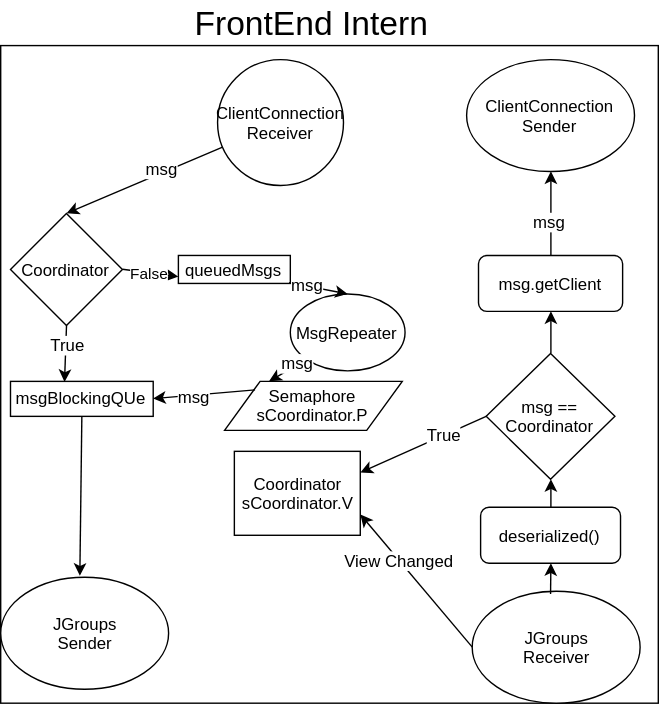
Earlier version of the draw.io export Client-FrontEnd-ReplicaManager.svg (JohanHaggmark/DistributedMessaging). Source tidied: cells renumbered, new cells last; positions are measured from the earlier drawing's top-left corner, leaving out a move shared by most shapes.
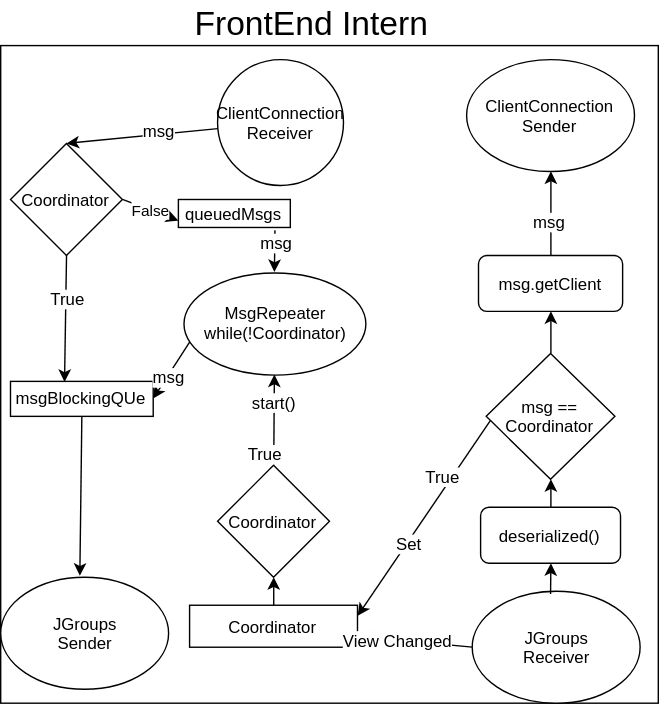
Above is the later version.

Change to the diagram source:
```diff
@@ -12,7 +12,7 @@
       <mxGeometry y="412" width="120" height="80" as="geometry" />
     </mxCell>
     <mxCell id="5" value="Coordinator" style="rhombus;whiteSpace=wrap;html=1;" parent="1" vertex="1">
-      <mxGeometry x="7" y="152" width="80" height="80" as="geometry" />
+      <mxGeometry x="7" y="102" width="80" height="80" as="geometry" />
     </mxCell>
     <mxCell id="6" style="endArrow=classic;html=1;entryX=0.5;entryY=0;entryDx=0;entryDy=0;" parent="1" edge="1" source="3" target="5">
       <mxGeometry relative="1" as="geometry" />
@@ -24,7 +24,7 @@
       <mxGeometry x="7" y="272" width="102" height="25" as="geometry" />
     </mxCell>
     <mxCell id="9" value="queuedMsgs" style="rounded=0;whiteSpace=wrap;html=1;" parent="1" vertex="1">
-      <mxGeometry x="127" y="182" width="80" height="20" as="geometry" />
+      <mxGeometry x="127" y="142" width="80" height="20" as="geometry" />
     </mxCell>
     <mxCell id="10" value="False" style="endArrow=classic;html=1;entryX=0;entryY=0.75;entryDx=0;entryDy=0;exitX=1;exitY=0.5;exitDx=0;exitDy=0;" parent="1" edge="1" source="5" target="9">
       <mxGeometry relative="1" as="geometry" />
@@ -40,13 +40,13 @@
     <mxCell id="13" value="JGroups&lt;br&gt;Receiver&lt;br&gt;" style="ellipse;whiteSpace=wrap;html=1;" parent="1" vertex="1">
       <mxGeometry x="337" y="422" width="120" height="80" as="geometry" />
     </mxCell>
-    <mxCell id="14" value="Coordinator&lt;br&gt;sCoordinator.V&lt;br&gt;" style="rounded=0;whiteSpace=wrap;html=1;" parent="1" vertex="1">
-      <mxGeometry x="167" y="322" width="90" height="60" as="geometry" />
+    <mxCell id="14" value="Coordinator&lt;br&gt;" style="rounded=0;whiteSpace=wrap;html=1;" parent="1" vertex="1">
+      <mxGeometry x="135" y="432" width="120" height="30" as="geometry" />
     </mxCell>
     <mxCell id="15" style="endArrow=classic;html=1;entryX=1;entryY=0.75;entryDx=0;entryDy=0;exitX=0;exitY=0.5;exitDx=0;exitDy=0;" parent="1" edge="1" source="13" target="14">
       <mxGeometry relative="1" as="geometry" />
     </mxCell>
-    <mxCell id="16" value="View Changed" style="text;html=1;align=center;verticalAlign=middle;labelBackgroundColor=#ffffff;" parent="15" vertex="1">
+    <mxCell id="16" value="View Changed&lt;br&gt;" style="text;html=1;align=center;verticalAlign=middle;labelBackgroundColor=#ffffff;" parent="15" vertex="1">
       <mxGeometry x="0.3" relative="1" as="geometry" />
     </mxCell>
     <mxCell id="17" style="endArrow=classic;html=1;entryX=1;entryY=0.25;entryDx=0;entryDy=0;exitX=0.076;exitY=0.467;exitDx=0;exitDy=0;exitPerimeter=0;" parent="1" edge="1" source="24" target="14">
@@ -57,17 +57,22 @@
         <mxPoint x="-9" y="5.5" as="offset" />
       </mxGeometry>
     </mxCell>
+    <mxCell id="38" value="Set" style="text;html=1;align=center;verticalAlign=middle;labelBackgroundColor=#ffffff;" parent="17" vertex="1">
+      <mxGeometry x="0.28" y="1" relative="1" as="geometry" />
+    </mxCell>
     <mxCell id="19" value="ClientConnection Sender" style="ellipse;whiteSpace=wrap;html=1;" parent="1" vertex="1">
       <mxGeometry x="333" y="42" width="120" height="80" as="geometry" />
     </mxCell>
     <mxCell id="20" style="endArrow=classic;html=1;exitX=0.5;exitY=1;exitDx=0;exitDy=0;entryX=0.47;entryY=-0.011;entryDx=0;entryDy=0;entryPerimeter=0;" parent="1" edge="1" source="8" target="4">
       <mxGeometry relative="1" as="geometry" />
     </mxCell>
-    <mxCell id="21" value="MsgRepeater" style="ellipse;whiteSpace=wrap;html=1;" parent="1" vertex="1">
-      <mxGeometry x="207" y="209.5" width="82" height="55" as="geometry" />
+    <mxCell id="21" value="MsgRepeater&lt;br&gt;while(!Coordinator)&lt;br&gt;" style="ellipse;whiteSpace=wrap;html=1;" parent="1" vertex="1">
+      <mxGeometry x="130.5" y="194" width="130" height="73" as="geometry" />
     </mxCell>
-    <mxCell id="22" style="endArrow=classic;html=1;entryX=0.5;entryY=0;entryDx=0;entryDy=0;exitX=0.989;exitY=0.971;exitDx=0;exitDy=0;exitPerimeter=0;" parent="1" edge="1" source="9" target="21">
-      <mxGeometry relative="1" as="geometry" />
+    <mxCell id="22" style="endArrow=classic;html=1;entryX=0.5;entryY=0;entryDx=0;entryDy=0;" parent="1" edge="1" target="21">
+      <mxGeometry relative="1" as="geometry">
+        <mxPoint x="196" y="164" as="sourcePoint" />
+      </mxGeometry>
     </mxCell>
     <mxCell id="23" value="msg" style="text;html=1;align=center;verticalAlign=middle;labelBackgroundColor=#ffffff;" parent="22" vertex="1">
       <mxGeometry x="-0.4" y="1" relative="1" as="geometry" />
@@ -75,16 +80,7 @@
     <mxCell id="24" value="msg == Coordinator" style="rhombus;whiteSpace=wrap;html=1;" parent="1" vertex="1">
       <mxGeometry x="347" y="252" width="92" height="90" as="geometry" />
     </mxCell>
-    <mxCell id="25" value="Semaphore&lt;br&gt;sCoordinator.P&lt;br&gt;" style="shape=parallelogram;perimeter=parallelogramPerimeter;whiteSpace=wrap;html=1;" parent="1" vertex="1">
-      <mxGeometry x="160" y="272" width="127" height="35" as="geometry" />
-    </mxCell>
-    <mxCell id="26" style="endArrow=classic;html=1;entryX=0.25;entryY=0;entryDx=0;entryDy=0;exitX=0;exitY=1;exitDx=0;exitDy=0;" parent="1" edge="1" source="21" target="25">
-      <mxGeometry relative="1" as="geometry" />
-    </mxCell>
-    <mxCell id="27" value="msg" style="text;html=1;align=center;verticalAlign=middle;labelBackgroundColor=#ffffff;" parent="26" vertex="1">
-      <mxGeometry x="-0.53" y="-1" relative="1" as="geometry" />
-    </mxCell>
-    <mxCell id="28" style="endArrow=classic;html=1;exitX=0.173;exitY=0.171;exitDx=0;exitDy=0;exitPerimeter=0;entryX=1;entryY=0.5;entryDx=0;entryDy=0;" parent="1" edge="1" source="25" target="8">
+    <mxCell id="28" style="endArrow=classic;html=1;exitX=0.035;exitY=0.684;exitDx=0;exitDy=0;exitPerimeter=0;entryX=1;entryY=0.5;entryDx=0;entryDy=0;" parent="1" edge="1" source="21" target="8">
       <mxGeometry relative="1" as="geometry" />
     </mxCell>
     <mxCell id="29" value="msg" style="text;html=1;align=center;verticalAlign=middle;labelBackgroundColor=#ffffff;" parent="28" vertex="1">
@@ -116,5 +112,22 @@
     <mxCell id="37" value="&lt;font style=&quot;font-size: 24px&quot;&gt;FrontEnd Intern&lt;/font&gt;" style="text;html=1;align=left;verticalAlign=top;spacingTop=-4;" parent="1" vertex="1">
       <mxGeometry x="137" width="180" height="20" as="geometry" />
     </mxCell>
+    <mxCell id="39" value="Coordinator" style="rhombus;whiteSpace=wrap;html=1;" parent="1" vertex="1">
+      <mxGeometry x="155" y="332" width="80" height="80" as="geometry" />
+    </mxCell>
+    <mxCell id="40" style="endArrow=classic;html=1;entryX=0.5;entryY=1;entryDx=0;entryDy=0;exitX=0.5;exitY=0;exitDx=0;exitDy=0;" parent="1" edge="1" source="14" target="39">
+      <mxGeometry relative="1" as="geometry" />
+    </mxCell>
+    <mxCell id="41" style="endArrow=classic;html=1;entryX=0.5;entryY=1;entryDx=0;entryDy=0;exitX=0.5;exitY=0;exitDx=0;exitDy=0;" parent="1" edge="1" source="39" target="21">
+      <mxGeometry relative="1" as="geometry" />
+    </mxCell>
+    <mxCell id="42" value="True" style="text;html=1;align=center;verticalAlign=middle;labelBackgroundColor=#ffffff;" parent="41" vertex="1">
+      <mxGeometry x="-0.29" y="1" relative="1" as="geometry">
+        <mxPoint x="-6" y="14.5" as="offset" />
+      </mxGeometry>
+    </mxCell>
+    <mxCell id="43" value="start()" style="text;html=1;align=center;verticalAlign=middle;labelBackgroundColor=#ffffff;" parent="41" vertex="1">
+      <mxGeometry x="0.38" relative="1" as="geometry" />
+    </mxCell>
   </root>
 </mxGraphModel>
```
